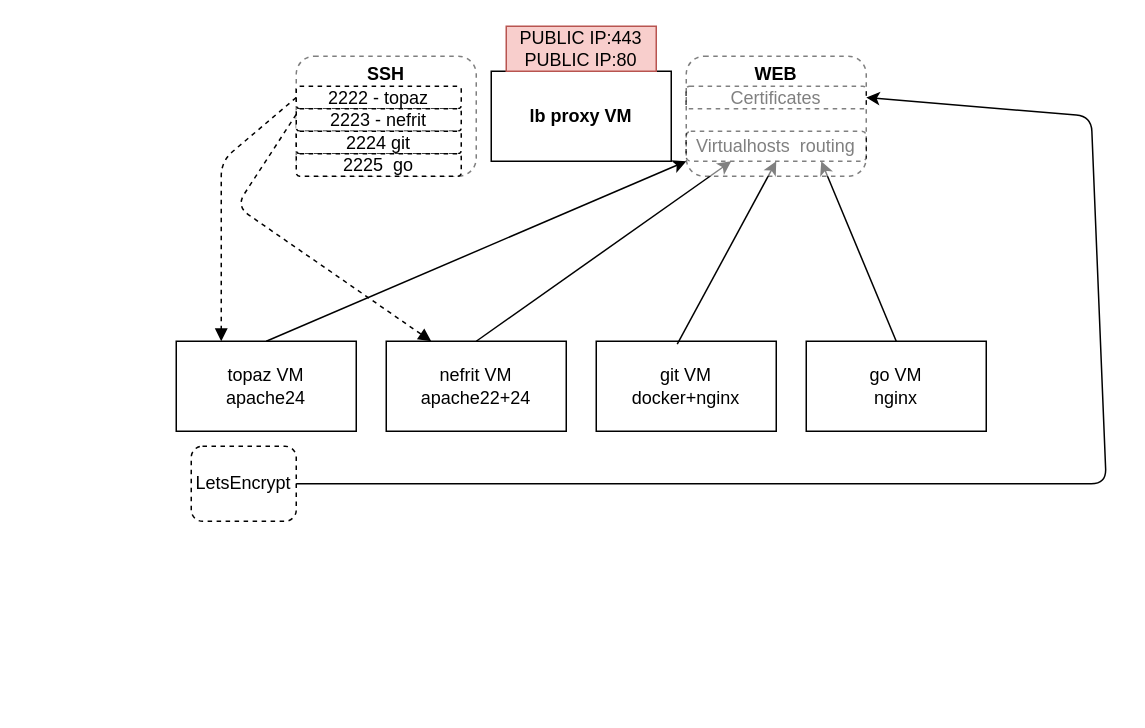
maniac0r/audio keeps this draw.io diagram as lb-draft.drawio. Above is the earlier version. Source tidied: cells renumbered, new cells numbered last; positions are measured from the earlier drawing's top-left corner, leaving out a move shared by most shapes. Both pictures are drawn from the tidied source at 150%, with x=0, y=0 at pixel (176, 26).
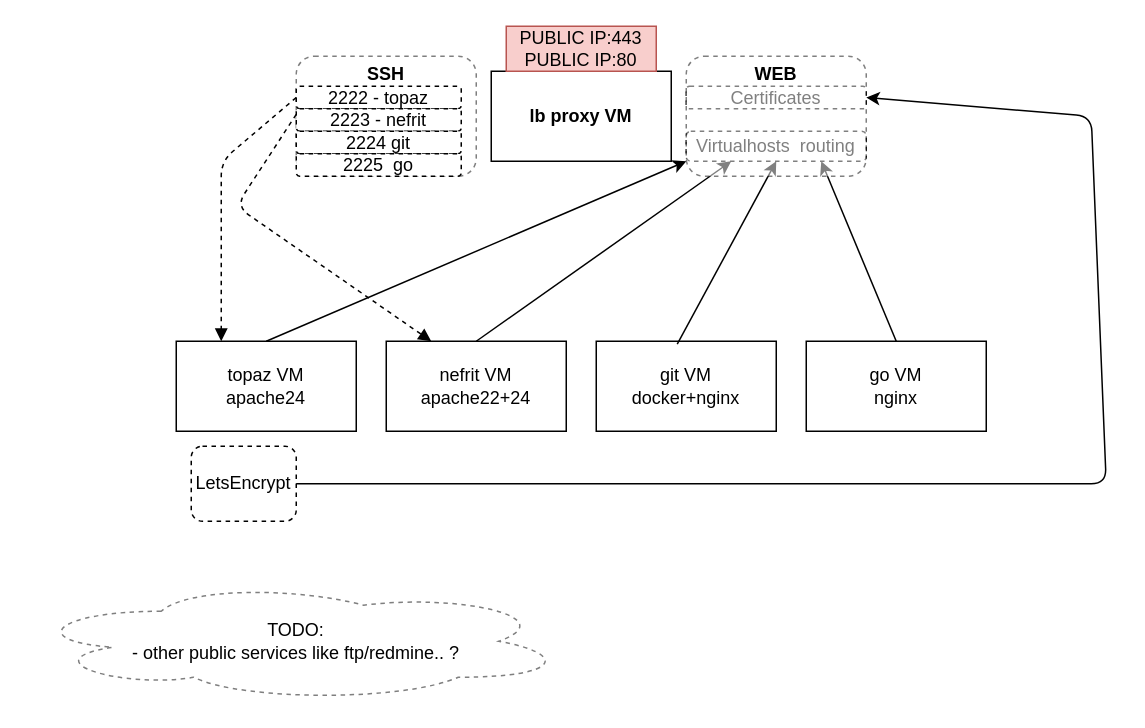
The same diagram, later.

What changed in the source:
```diff
@@
+    <mxCell id="24" value="TODO:&lt;br&gt;- other public services like ftp/redmine.. ?" style="ellipse;shape=cloud;whiteSpace=wrap;html=1;dashed=1;opacity=50;" parent="1" vertex="1">
+      <mxGeometry x="-100" y="370" width="360" height="80" as="geometry" />
+    </mxCell>
```
